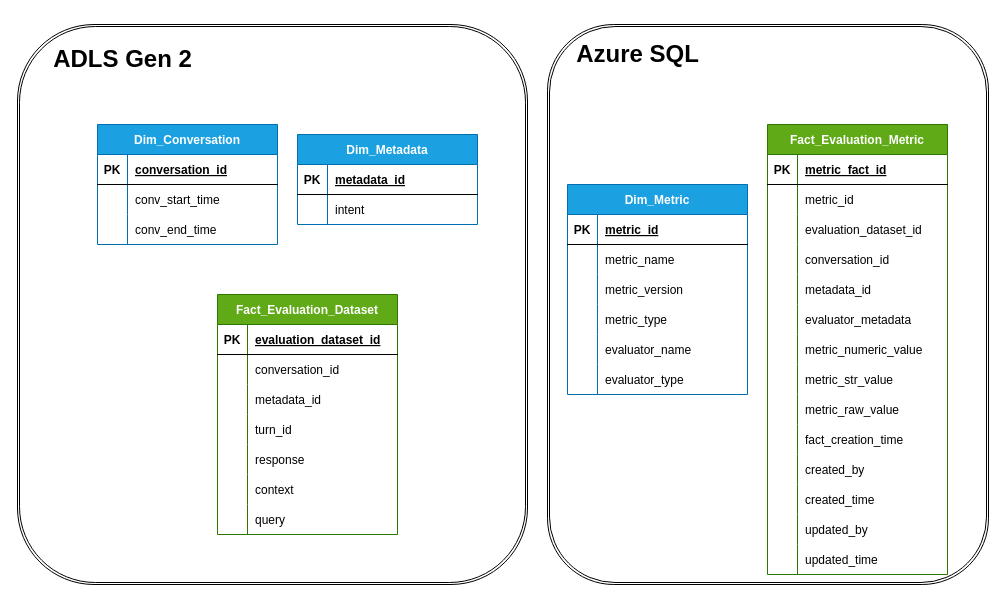
Earlier version of the draw.io diagram page "Low Level Data model" (2 of 3) of docs/diagrams/Architecture.drawio (Azure-Samples/llm-eval-grader-samples). Source tidied: cells renumbered, new cells numbered last; positions are measured from the earlier drawing's top-left corner, leaving out a move shared by most shapes. Both pictures are drawn from the tidied source at 100%, with x=0, y=0 at pixel (17, 24).
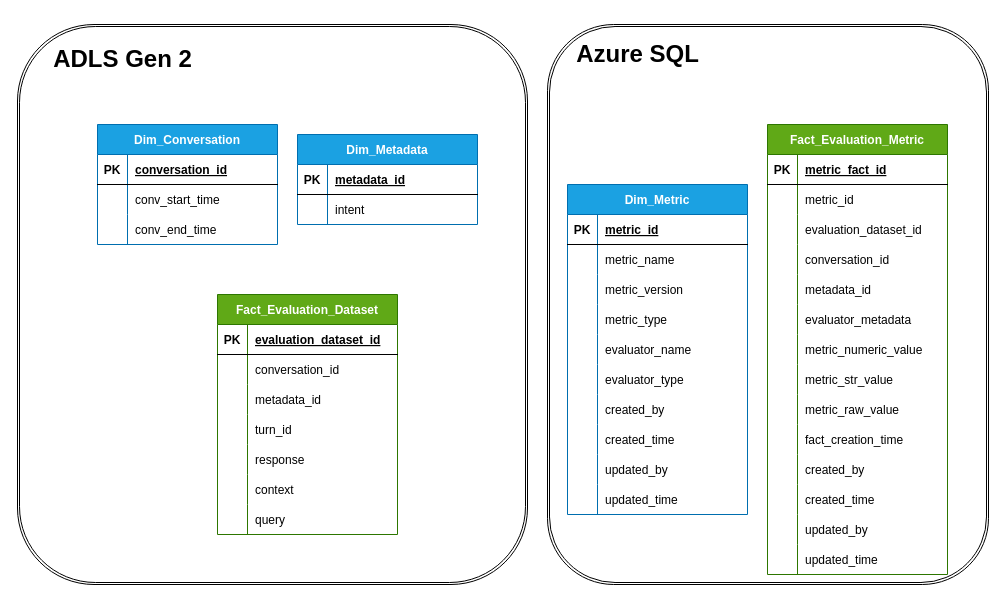
Above is the later version.

Unchanged cells that the change refers to:
```xml
<mxCell id="105" style="shape=ext;double=1;rounded=1;whiteSpace=wrap;html=1;fillColor=none;" parent="1" vertex="1">
  <mxGeometry x="530" width="441" height="560" as="geometry" />
</mxCell>
```

Diff of the diagram source:
```diff
@@
     <mxCell id="84" value="Dim_Metric" style="shape=table;startSize=30;childLayout=tableLayout;rowLines=0;fontStyle=1;align=center;fillColor=#1ba1e2;fontColor=#ffffff;strokeColor=#006EAF;" parent="1" vertex="1">
-      <mxGeometry x="550" y="160" width="180" height="210" as="geometry" />
+      <mxGeometry x="550" y="160" width="180" height="330" as="geometry" />
     </mxCell>
@@
+    <mxCell id="108" style="shape=tableRow;horizontal=0;startSize=0;swimlaneHead=0;swimlaneBody=0;fillColor=none;top=0;left=0;right=0;bottom=0;" parent="84" vertex="1">
+      <mxGeometry y="210" width="180" height="30" as="geometry" />
+    </mxCell>
+    <mxCell id="109" style="shape=partialRectangle;fillColor=none;top=0;left=0;bottom=0;right=0;overflow=hidden;" parent="108" vertex="1">
+      <mxGeometry width="30" height="30" as="geometry" />
+    </mxCell>
+    <mxCell id="110" value="created_by" style="shape=partialRectangle;fillColor=none;top=0;left=0;bottom=0;right=0;align=left;spacingLeft=6;overflow=hidden;" parent="108" vertex="1">
+      <mxGeometry x="30" width="150" height="30" as="geometry" />
+    </mxCell>
+    <mxCell id="111" style="shape=tableRow;horizontal=0;startSize=0;swimlaneHead=0;swimlaneBody=0;fillColor=none;top=0;left=0;right=0;bottom=0;" parent="84" vertex="1">
+      <mxGeometry y="240" width="180" height="30" as="geometry" />
+    </mxCell>
+    <mxCell id="112" style="shape=partialRectangle;fillColor=none;top=0;left=0;bottom=0;right=0;overflow=hidden;" parent="111" vertex="1">
+      <mxGeometry width="30" height="30" as="geometry" />
+    </mxCell>
+    <mxCell id="113" value="created_time" style="shape=partialRectangle;fillColor=none;top=0;left=0;bottom=0;right=0;align=left;spacingLeft=6;overflow=hidden;" parent="111" vertex="1">
+      <mxGeometry x="30" width="150" height="30" as="geometry" />
+    </mxCell>
+    <mxCell id="114" style="shape=tableRow;horizontal=0;startSize=0;swimlaneHead=0;swimlaneBody=0;fillColor=none;top=0;left=0;right=0;bottom=0;" parent="84" vertex="1">
+      <mxGeometry y="270" width="180" height="30" as="geometry" />
+    </mxCell>
+    <mxCell id="115" style="shape=partialRectangle;fillColor=none;top=0;left=0;bottom=0;right=0;overflow=hidden;" parent="114" vertex="1">
+      <mxGeometry width="30" height="30" as="geometry" />
+    </mxCell>
+    <mxCell id="116" value="updated_by" style="shape=partialRectangle;fillColor=none;top=0;left=0;bottom=0;right=0;align=left;spacingLeft=6;overflow=hidden;" parent="114" vertex="1">
+      <mxGeometry x="30" width="150" height="30" as="geometry" />
+    </mxCell>
+    <mxCell id="117" style="shape=tableRow;horizontal=0;startSize=0;swimlaneHead=0;swimlaneBody=0;fillColor=none;top=0;left=0;right=0;bottom=0;" parent="84" vertex="1">
+      <mxGeometry y="300" width="180" height="30" as="geometry" />
+    </mxCell>
+    <mxCell id="118" style="shape=partialRectangle;fillColor=none;top=0;left=0;bottom=0;right=0;overflow=hidden;" parent="117" vertex="1">
+      <mxGeometry width="30" height="30" as="geometry" />
+    </mxCell>
+    <mxCell id="119" value="updated_time" style="shape=partialRectangle;fillColor=none;top=0;left=0;bottom=0;right=0;align=left;spacingLeft=6;overflow=hidden;" parent="117" vertex="1">
+      <mxGeometry x="30" width="150" height="30" as="geometry" />
+    </mxCell>
@@
-    <mxCell id="104" style="edgeStyle=none;html=1;exitX=0.5;exitY=0;exitDx=0;exitDy=0;fontColor=#677e16;" parent="1" edge="1" source="105">
-      <mxGeometry relative="1" as="geometry">
-        <mxPoint x="751" as="targetPoint" />
-      </mxGeometry>
-    </mxCell>
```
